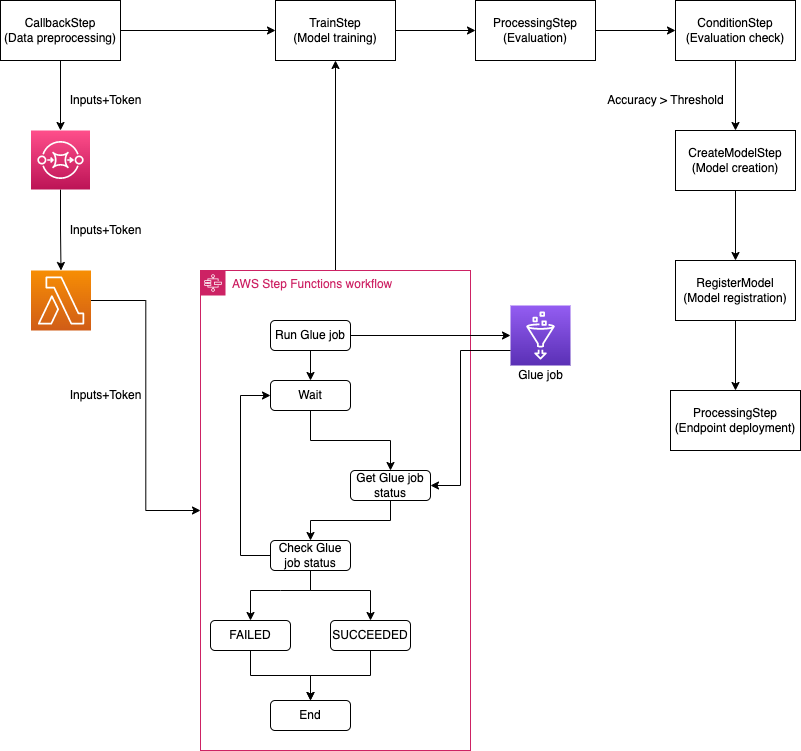
Above: sagemaker-pipeline/images/mlworkflow.png in aws-samples/automated-machine-learning-pipeline-options-on-aws (draw.io), before the change. Source tidied: cells renumbered, new cells last; positions are measured from the earlier drawing's top-left corner, leaving out a move shared by most shapes.
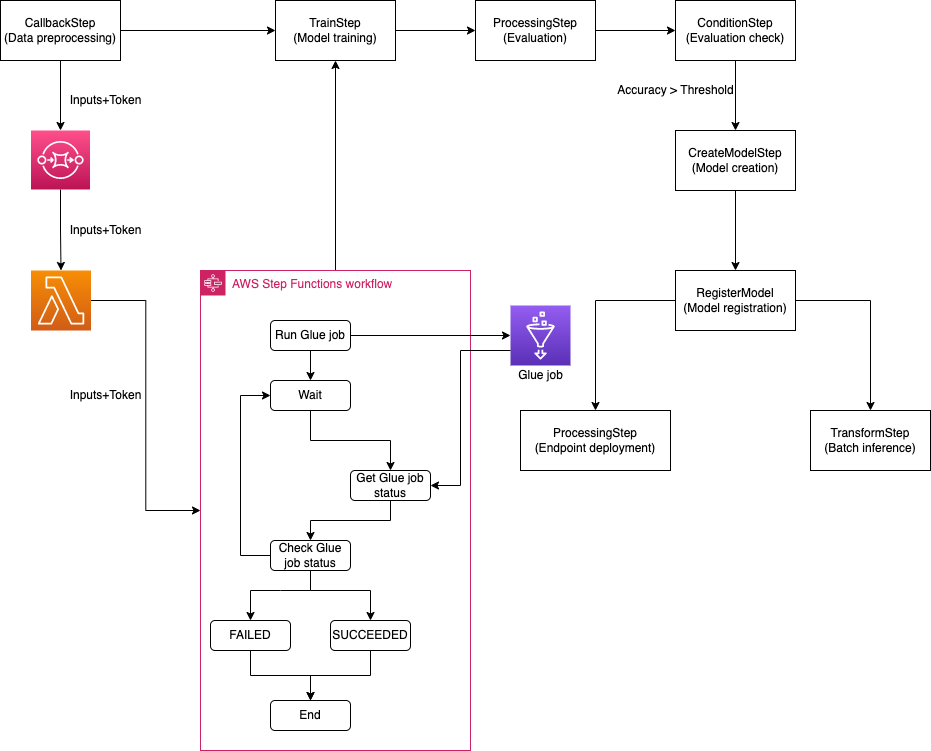
Later version of the same file.

Commit message:
updated figure for ML workflow with sm pipeline

What changed in the source:
```diff
@@ -141,16 +141,22 @@
       <mxGeometry x="675" y="130" width="120" height="60" as="geometry" />
     </mxCell>
     <mxCell id="41" value="Accuracy &amp;gt; Threshold" style="text;html=1;align=center;verticalAlign=middle;fillColor=none;strokeColor=none;rounded=0;" parent="1" vertex="1">
-      <mxGeometry x="600" y="90" width="130" height="20" as="geometry" />
+      <mxGeometry x="610" y="80" width="130" height="20" as="geometry" />
     </mxCell>
     <mxCell id="42" style="edgeStyle=orthogonalEdgeStyle;rounded=0;jettySize=auto;html=1;startArrow=none;startFill=0;endArrow=classic;endFill=1;" parent="1" edge="1" source="43" target="44">
       <mxGeometry relative="1" as="geometry" />
     </mxCell>
+    <mxCell id="45" style="edgeStyle=orthogonalEdgeStyle;rounded=0;jettySize=auto;html=1;" parent="1" edge="1" source="43" target="46">
+      <mxGeometry relative="1" as="geometry" />
+    </mxCell>
     <mxCell id="43" value="RegisterModel&lt;br&gt;(Model registration)" style="rounded=0;whiteSpace=wrap;html=1;" parent="1" vertex="1">
-      <mxGeometry x="675" y="260" width="120" height="60" as="geometry" />
+      <mxGeometry x="675" y="270" width="120" height="60" as="geometry" />
     </mxCell>
     <mxCell id="44" value="ProcessingStep&lt;br&gt;(Endpoint deployment)" style="rounded=0;whiteSpace=wrap;html=1;" parent="1" vertex="1">
-      <mxGeometry x="670" y="390" width="130" height="60" as="geometry" />
+      <mxGeometry x="520" y="410" width="150" height="60" as="geometry" />
     </mxCell>
+    <mxCell id="46" value="TransformStep&lt;br&gt;(Batch inference)" style="rounded=0;whiteSpace=wrap;html=1;" parent="1" vertex="1">
+      <mxGeometry x="810" y="410" width="120" height="60" as="geometry" />
+    </mxCell>
   </root>
 </mxGraphModel>
```
